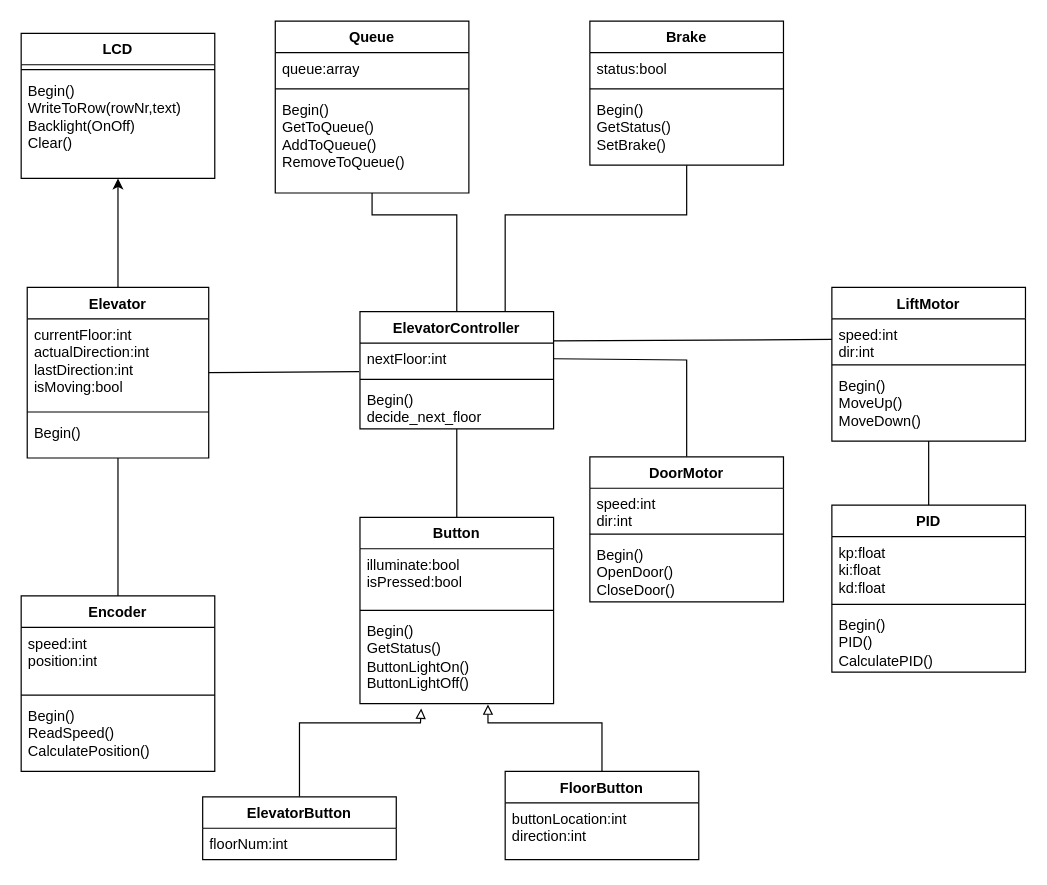
The draw.io diagram Documents/UMLDiagramElevator.drawio in johannesKringlen/MAS246_Project, before the edit. Source tidied: cells renumbered, new cells numbered last; positions are measured from the earlier drawing's top-left corner, leaving out a move shared by most shapes. Both pictures are drawn from the tidied source at 121%, with x=0, y=0 at pixel (21, 21).
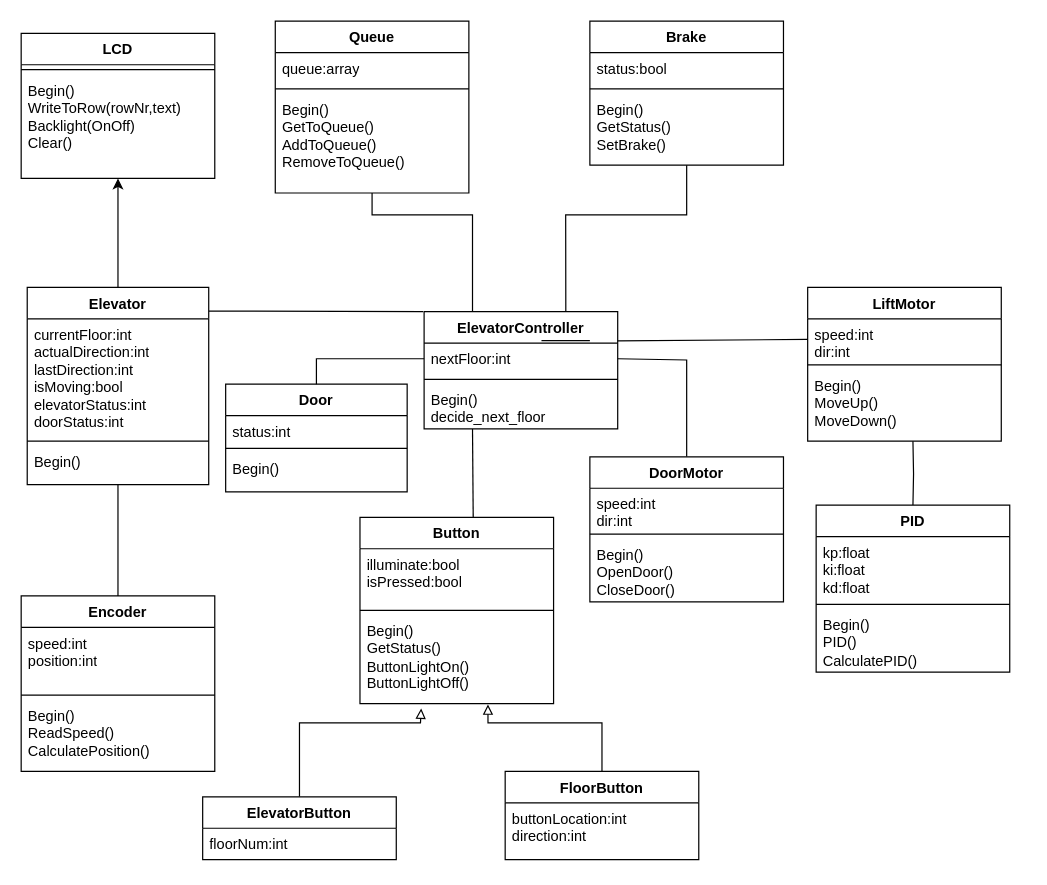
The same page after the edit.

Unchanged cells that the change refers to:
```xml
<mxCell id="4" value="nextFloor:int" style="text;strokeColor=none;fillColor=none;align=left;verticalAlign=top;spacingLeft=4;spacingRight=4;overflow=hidden;points=[[0,0.5],[1,0.5]];portConstraint=eastwest;whiteSpace=wrap;html=1;" parent="3" vertex="1">
  <mxGeometry y="26" width="160" height="26" as="geometry" />
</mxCell>
<mxCell id="9" value="Button" style="swimlane;fontStyle=1;align=center;verticalAlign=top;horizontal=1;startSize=26;whiteSpace=wrap;html=1;" parent="1" vertex="1">
  <mxGeometry x="280" y="410" width="160" height="154" as="geometry" />
</mxCell>
<mxCell id="30" value="Queue" style="swimlane;fontStyle=1;align=center;verticalAlign=top;horizontal=1;startSize=26;whiteSpace=wrap;html=1;" parent="1" vertex="1">
  <mxGeometry x="210" width="160" height="142" as="geometry" />
</mxCell>
<mxCell id="35" value="Brake" style="swimlane;fontStyle=1;align=center;verticalAlign=top;horizontal=1;startSize=26;whiteSpace=wrap;html=1;" parent="1" vertex="1">
  <mxGeometry x="470" width="160" height="119" as="geometry" />
</mxCell>
```

What changed in the source:
```diff
@@
-    <mxCell id="2" style="edgeStyle=none;rounded=0;jettySize=auto;html=1;exitX=0.5;exitY=1;exitDx=0;exitDy=0;endArrow=none;endFill=0;" parent="1" edge="1" source="3" target="9">
+    <mxCell id="2" style="edgeStyle=none;rounded=0;jettySize=auto;html=1;exitX=0.25;exitY=1;exitDx=0;exitDy=0;endArrow=none;endFill=0;entryX=0.585;entryY=0.016;entryDx=0;entryDy=0;entryPerimeter=0;" parent="1" edge="1" source="3" target="9">
       <mxGeometry relative="1" as="geometry" />
     </mxCell>
     <mxCell id="3" value="ElevatorController" style="swimlane;fontStyle=1;align=center;verticalAlign=top;horizontal=1;startSize=26;whiteSpace=wrap;html=1;" parent="1" vertex="1">
-      <mxGeometry x="280" y="240" width="160" height="97" as="geometry" />
+      <mxGeometry x="333" y="240" width="160" height="97" as="geometry" />
     </mxCell>
@@
-    <mxCell id="22" style="edgeStyle=orthogonalEdgeStyle;rounded=0;jettySize=auto;html=1;exitX=0.5;exitY=1;exitDx=0;exitDy=0;entryX=0.5;entryY=0;entryDx=0;entryDy=0;endArrow=none;endFill=0;" parent="1" edge="1" source="23" target="40">
-      <mxGeometry relative="1" as="geometry" />
+    <mxCell id="22" style="edgeStyle=orthogonalEdgeStyle;rounded=0;jettySize=auto;html=1;entryX=0.5;entryY=0;entryDx=0;entryDy=0;endArrow=none;endFill=0;" parent="1" edge="1" target="40">
+      <mxGeometry relative="1" as="geometry">
+        <mxPoint x="737" y="347.1" as="sourcePoint" />
+      </mxGeometry>
     </mxCell>
     <mxCell id="23" value="LiftMotor" style="swimlane;fontStyle=1;align=center;verticalAlign=top;horizontal=1;startSize=26;whiteSpace=wrap;html=1;" parent="1" vertex="1">
-      <mxGeometry x="670" y="220" width="160" height="127" as="geometry" />
+      <mxGeometry x="650" y="220" width="160" height="127" as="geometry" />
     </mxCell>
@@
-    <mxCell id="29" style="edgeStyle=none;rounded=0;jettySize=auto;html=1;endArrow=none;endFill=0;entryX=-0.005;entryY=0.907;entryDx=0;entryDy=0;entryPerimeter=0;exitX=1;exitY=0.5;exitDx=0;exitDy=0;" parent="1" edge="1" source="52" target="4">
-      <mxGeometry relative="1" as="geometry" />
+    <mxCell id="29" style="edgeStyle=none;rounded=0;jettySize=auto;html=1;endArrow=none;endFill=0;exitX=1.001;exitY=0.12;exitDx=0;exitDy=0;exitPerimeter=0;" parent="1" edge="1" source="52">
+      <mxGeometry relative="1" as="geometry">
+        <mxPoint x="332.2" y="240" as="targetPoint" />
+      </mxGeometry>
     </mxCell>
@@
-    <mxCell id="34" style="edgeStyle=none;rounded=0;jettySize=auto;html=1;endArrow=none;endFill=0;entryX=0.75;entryY=0;entryDx=0;entryDy=0;" parent="1" edge="1" source="35" target="3">
-      <mxGeometry relative="1" as="geometry">
+    <mxCell id="34" style="edgeStyle=none;rounded=0;jettySize=auto;html=1;endArrow=none;endFill=0;entryX=0.732;entryY=-0.001;entryDx=0;entryDy=0;entryPerimeter=0;" parent="1" edge="1" source="35" target="3">
+      <mxGeometry x="0.21" relative="1" as="geometry">
         <Array as="points">
           <mxPoint x="550" y="160" />
-          <mxPoint x="400" y="160" />
+          <mxPoint x="450" y="160" />
         </Array>
       </mxGeometry>
     </mxCell>
@@
-    <mxCell id="39" style="edgeStyle=none;rounded=0;jettySize=auto;html=1;endArrow=none;endFill=0;entryX=0.5;entryY=1;entryDx=0;entryDy=0;" parent="1" edge="1" source="3" target="30">
-      <mxGeometry relative="1" as="geometry">
+    <mxCell id="39" style="edgeStyle=none;rounded=0;jettySize=auto;html=1;endArrow=none;endFill=0;entryX=0.5;entryY=1;entryDx=0;entryDy=0;exitX=0.25;exitY=0;exitDx=0;exitDy=0;" parent="1" edge="1" source="3" target="30">
+      <mxGeometry x="0.05" relative="1" as="geometry">
         <Array as="points">
-          <mxPoint x="360" y="160" />
+          <mxPoint x="373" y="160" />
           <mxPoint x="290" y="160" />
         </Array>
       </mxGeometry>
     </mxCell>
     <mxCell id="40" value="PID" style="swimlane;fontStyle=1;align=center;verticalAlign=top;horizontal=1;startSize=26;whiteSpace=wrap;html=1;" parent="1" vertex="1">
-      <mxGeometry x="670" y="400" width="160" height="138" as="geometry" />
+      <mxGeometry x="657" y="400" width="160" height="138" as="geometry" />
     </mxCell>
@@
     <mxCell id="52" value="Elevator" style="swimlane;fontStyle=1;align=center;verticalAlign=top;horizontal=1;startSize=26;whiteSpace=wrap;html=1;" parent="1" vertex="1">
-      <mxGeometry x="5" y="220" width="150" height="141" as="geometry" />
+      <mxGeometry x="5" y="220" width="150" height="163" as="geometry" />
     </mxCell>
-    <mxCell id="53" value="currentFloor:int&lt;div&gt;actualDirection:int&lt;/div&gt;&lt;div&gt;lastDirection:int&lt;/div&gt;&lt;div&gt;isMoving:bool&lt;/div&gt;" style="text;strokeColor=none;fillColor=none;align=left;verticalAlign=top;spacingLeft=4;spacingRight=4;overflow=hidden;whiteSpace=wrap;html=1;" parent="52" vertex="1">
-      <mxGeometry y="26" width="150" height="73" as="geometry" />
+    <mxCell id="53" value="currentFloor:int&lt;div&gt;actualDirection:int&lt;/div&gt;&lt;div&gt;lastDirection:int&lt;/div&gt;&lt;div&gt;isMoving:bool&lt;/div&gt;&lt;div&gt;elevatorStatus:int&lt;/div&gt;&lt;div&gt;doorStatus:int&lt;/div&gt;&lt;div&gt;&lt;br&gt;&lt;/div&gt;&lt;div&gt;&lt;br&gt;&lt;/div&gt;&lt;div&gt;&lt;br&gt;&lt;/div&gt;" style="text;strokeColor=none;fillColor=none;align=left;verticalAlign=top;spacingLeft=4;spacingRight=4;overflow=hidden;whiteSpace=wrap;html=1;" parent="52" vertex="1">
+      <mxGeometry y="26" width="150" height="97" as="geometry" />
     </mxCell>
     <mxCell id="54" style="line;strokeWidth=1;fillColor=none;align=left;verticalAlign=middle;spacingTop=-1;spacingLeft=3;spacingRight=3;labelPosition=right;strokeColor=inherit;" parent="52" vertex="1">
-      <mxGeometry y="99" width="150" height="8" as="geometry" />
+      <mxGeometry y="123" width="150" height="8" as="geometry" />
     </mxCell>
     <mxCell id="55" value="Begin()" style="text;strokeColor=none;fillColor=none;align=left;verticalAlign=top;spacingLeft=4;spacingRight=4;overflow=hidden;whiteSpace=wrap;html=1;" parent="52" vertex="1">
-      <mxGeometry y="107" width="150" height="34" as="geometry" />
+      <mxGeometry y="131" width="150" height="32" as="geometry" />
     </mxCell>
+    <mxCell id="56" value="Door" style="swimlane;fontStyle=1;align=center;verticalAlign=top;horizontal=1;startSize=26;whiteSpace=wrap;html=1;" parent="1" vertex="1">
+      <mxGeometry x="169" y="300" width="150" height="89" as="geometry" />
+    </mxCell>
+    <mxCell id="57" value="&lt;div&gt;&lt;span style=&quot;background-color: transparent; color: light-dark(rgb(0, 0, 0), rgb(255, 255, 255));&quot;&gt;status:int&lt;/span&gt;&lt;/div&gt;&lt;div&gt;&lt;br&gt;&lt;/div&gt;&lt;div&gt;&lt;br&gt;&lt;/div&gt;&lt;div&gt;&lt;br&gt;&lt;/div&gt;" style="text;strokeColor=none;fillColor=none;align=left;verticalAlign=top;spacingLeft=4;spacingRight=4;overflow=hidden;whiteSpace=wrap;html=1;" parent="56" vertex="1">
+      <mxGeometry y="26" width="150" height="23" as="geometry" />
+    </mxCell>
+    <mxCell id="58" style="line;strokeWidth=1;fillColor=none;align=left;verticalAlign=middle;spacingTop=-1;spacingLeft=3;spacingRight=3;labelPosition=right;strokeColor=inherit;" parent="56" vertex="1">
+      <mxGeometry y="49" width="150" height="8" as="geometry" />
+    </mxCell>
+    <mxCell id="59" value="Begin()" style="text;strokeColor=none;fillColor=none;align=left;verticalAlign=top;spacingLeft=4;spacingRight=4;overflow=hidden;whiteSpace=wrap;html=1;" parent="56" vertex="1">
+      <mxGeometry y="57" width="150" height="32" as="geometry" />
+    </mxCell>
+    <mxCell id="60" style="line;strokeWidth=1;fillColor=none;align=left;verticalAlign=middle;spacingTop=-1;spacingLeft=3;spacingRight=3;labelPosition=right;strokeColor=inherit;" parent="1" vertex="1">
+      <mxGeometry x="430" y="260" width="40" height="8" as="geometry" />
+    </mxCell>
+    <mxCell id="61" style="endArrow=none;html=1;rounded=0;exitX=0.5;exitY=0;exitDx=0;exitDy=0;entryX=0;entryY=0.5;entryDx=0;entryDy=0;" parent="1" edge="1" source="56" target="4">
+      <mxGeometry x="0.2" relative="1" as="geometry">
+        <Array as="points">
+          <mxPoint x="244" y="279" />
+        </Array>
+      </mxGeometry>
+    </mxCell>
```
